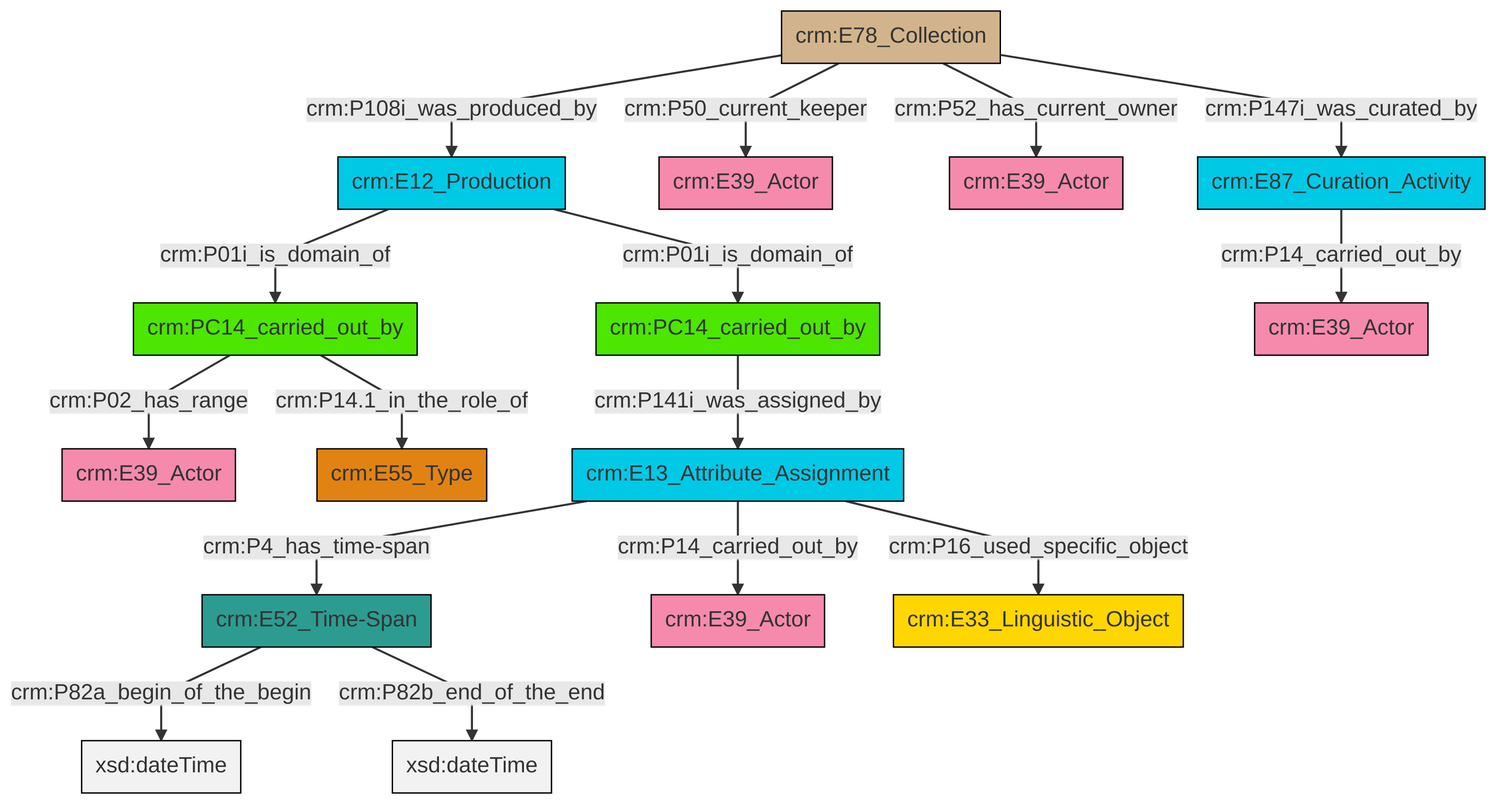
swiss-art-research-net/docs.swissartresearch keeps this Mermaid diagram as et/archivalCSV/ttl/mmd/png/archival_relation.png. Above is the earlier version. Its source is kept beside it as et/archivalCSV/ttl/mmd/archival_relation.ttl.mmd.
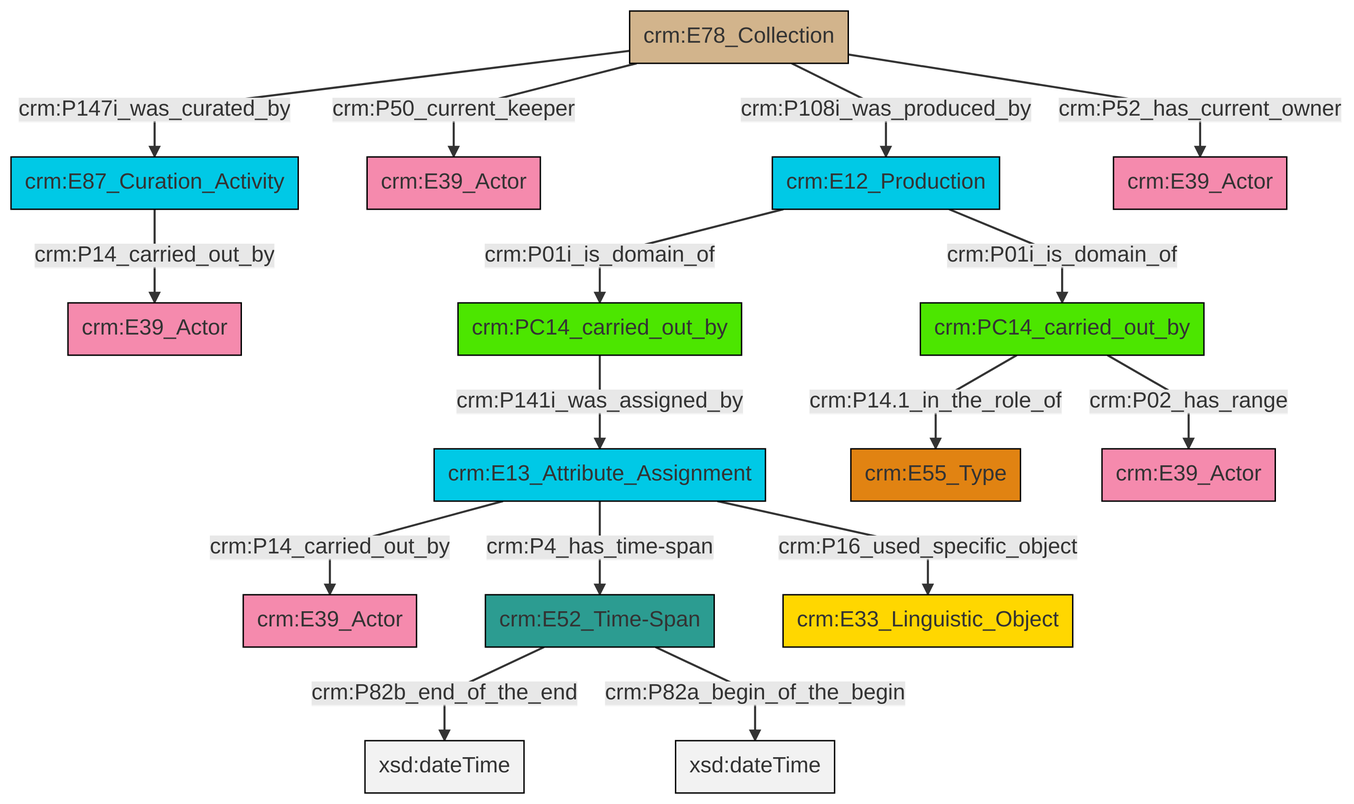
The same file after the commit.

Change to the diagram source:
```diff
@@ -13,18 +13,18 @@
 classDef PC_Classes fill:#4ce600, stroke:#000000;
 classDef Multi fill:#cccccc,stroke:#000000;
 
-2["crm:E12_Production"]:::Temporal_Entity -->|crm:P01i_is_domain_of| 0["crm:PC14_carried_out_by"]:::PC_Classes
-2["crm:E12_Production"]:::Temporal_Entity -->|crm:P01i_is_domain_of| 3["crm:PC14_carried_out_by"]:::PC_Classes
-6["crm:E52_Time-Span"]:::Time-Span -->|crm:P82a_begin_of_the_begin| 7[xsd:dateTime]:::Literal
-3["crm:PC14_carried_out_by"]:::PC_Classes -->|crm:P02_has_range| 4["crm:E39_Actor"]:::Actor
-13["crm:E78_Collection"]:::Physical_Thing -->|crm:P52_has_current_owner| 14["crm:E39_Actor"]:::Actor
-18["crm:E13_Attribute_Assignment"]:::Temporal_Entity -->|crm:P14_carried_out_by| 19["crm:E39_Actor"]:::Actor
-18["crm:E13_Attribute_Assignment"]:::Temporal_Entity -->|crm:P4_has_time-span| 6["crm:E52_Time-Span"]:::Time-Span
-13["crm:E78_Collection"]:::Physical_Thing -->|crm:P108i_was_produced_by| 2["crm:E12_Production"]:::Temporal_Entity
-20["crm:E87_Curation_Activity"]:::Temporal_Entity -->|crm:P14_carried_out_by| 15["crm:E39_Actor"]:::Actor
-13["crm:E78_Collection"]:::Physical_Thing -->|crm:P147i_was_curated_by| 20["crm:E87_Curation_Activity"]:::Temporal_Entity
-0["crm:PC14_carried_out_by"]:::PC_Classes -->|crm:P141i_was_assigned_by| 18["crm:E13_Attribute_Assignment"]:::Temporal_Entity
-3["crm:PC14_carried_out_by"]:::PC_Classes -->|crm:P14.1_in_the_role_of| 10["crm:E55_Type"]:::Type
-6["crm:E52_Time-Span"]:::Time-Span -->|crm:P82b_end_of_the_end| 27[xsd:dateTime]:::Literal
-13["crm:E78_Collection"]:::Physical_Thing -->|crm:P50_current_keeper| 8["crm:E39_Actor"]:::Actor
-18["crm:E13_Attribute_Assignment"]:::Temporal_Entity -->|crm:P16_used_specific_object| 21["crm:E33_Linguistic_Object"]:::Conceptual_Object
+0["crm:E87_Curation_Activity"]:::Temporal_Entity -->|crm:P14_carried_out_by| 1["crm:E39_Actor"]:::Actor
+2["crm:E13_Attribute_Assignment"]:::Temporal_Entity -->|crm:P14_carried_out_by| 3["crm:E39_Actor"]:::Actor
+10["crm:E52_Time-Span"]:::Time-Span -->|crm:P82b_end_of_the_end| 14[xsd:dateTime]:::Literal
+18["crm:E12_Production"]:::Temporal_Entity -->|crm:P01i_is_domain_of| 4["crm:PC14_carried_out_by"]:::PC_Classes
+8["crm:E78_Collection"]:::Physical_Thing -->|crm:P108i_was_produced_by| 18["crm:E12_Production"]:::Temporal_Entity
+8["crm:E78_Collection"]:::Physical_Thing -->|crm:P147i_was_curated_by| 0["crm:E87_Curation_Activity"]:::Temporal_Entity
+10["crm:E52_Time-Span"]:::Time-Span -->|crm:P82a_begin_of_the_begin| 20[xsd:dateTime]:::Literal
+2["crm:E13_Attribute_Assignment"]:::Temporal_Entity -->|crm:P4_has_time-span| 10["crm:E52_Time-Span"]:::Time-Span
+2["crm:E13_Attribute_Assignment"]:::Temporal_Entity -->|crm:P16_used_specific_object| 12["crm:E33_Linguistic_Object"]:::Conceptual_Object
+8["crm:E78_Collection"]:::Physical_Thing -->|crm:P50_current_keeper| 15["crm:E39_Actor"]:::Actor
+8["crm:E78_Collection"]:::Physical_Thing -->|crm:P52_has_current_owner| 24["crm:E39_Actor"]:::Actor
+18["crm:E12_Production"]:::Temporal_Entity -->|crm:P01i_is_domain_of| 26["crm:PC14_carried_out_by"]:::PC_Classes
+26["crm:PC14_carried_out_by"]:::PC_Classes -->|crm:P14.1_in_the_role_of| 6["crm:E55_Type"]:::Type
+26["crm:PC14_carried_out_by"]:::PC_Classes -->|crm:P02_has_range| 21["crm:E39_Actor"]:::Actor
+4["crm:PC14_carried_out_by"]:::PC_Classes -->|crm:P141i_was_assigned_by| 2["crm:E13_Attribute_Assignment"]:::Temporal_Entity
```
